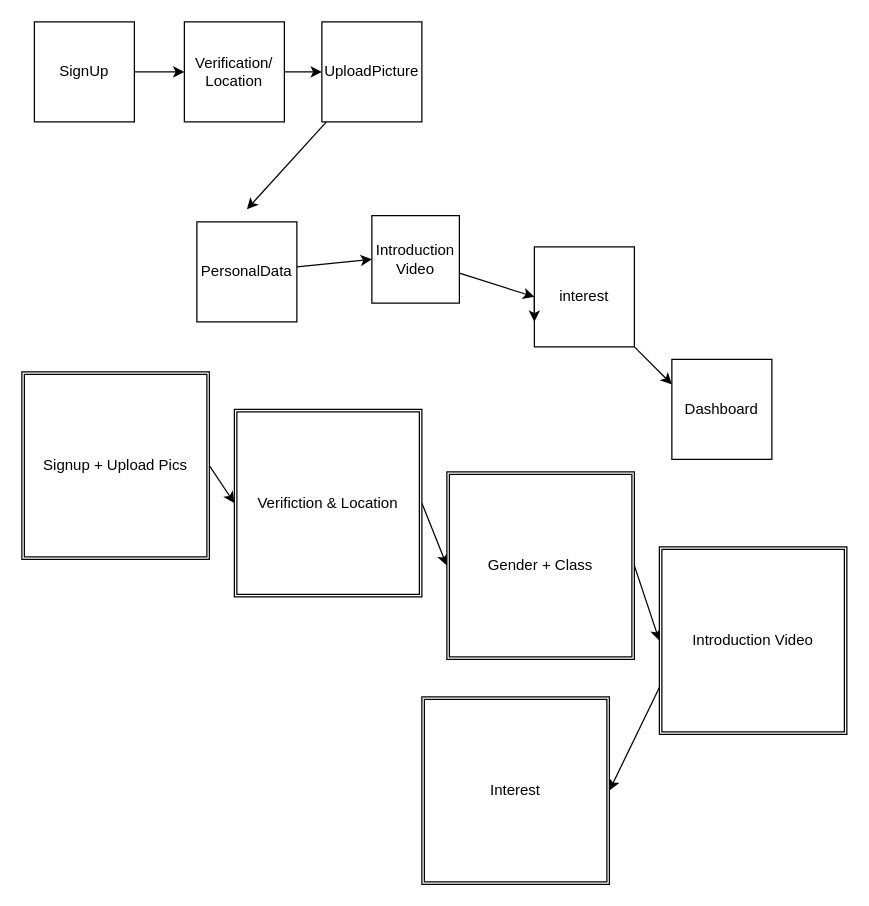
Earlier version of the draw.io diagram lib/blueprint.drawio (Christentimmy/New-LinkPal). Source tidied: cells renumbered, new cells numbered last; positions are measured from the earlier drawing's top-left corner, leaving out a move shared by most shapes. Both pictures are drawn from the tidied source at 125%, with x=0, y=0 at pixel (21, 21).
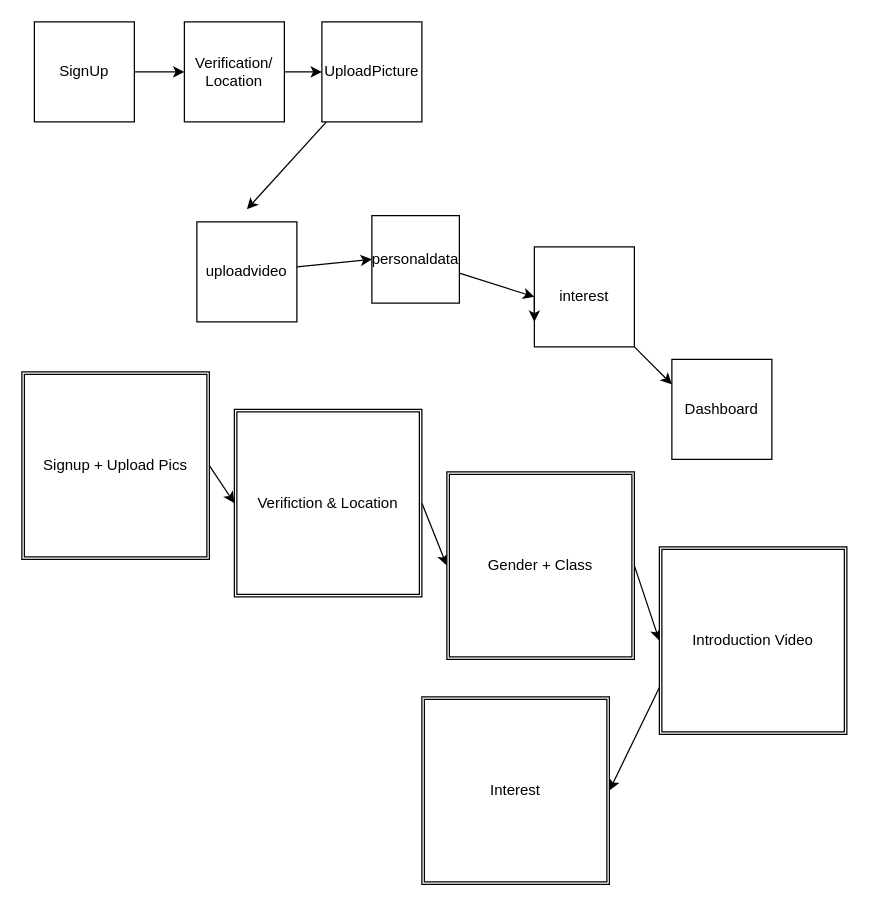
The same diagram, later.

Diff of the diagram source:
```diff
@@
-    <mxCell id="11" value="Introduction Video" style="whiteSpace=wrap;html=1;" parent="1" vertex="1">
+    <mxCell id="11" value="personaldata" style="whiteSpace=wrap;html=1;" parent="1" vertex="1">
       <mxGeometry x="280" y="155" width="70" height="70" as="geometry" />
     </mxCell>
@@
-    <mxCell id="14" value="PersonalData" style="whiteSpace=wrap;html=1;" parent="1" vertex="1">
+    <mxCell id="14" value="uploadvideo" style="whiteSpace=wrap;html=1;" parent="1" vertex="1">
       <mxGeometry x="140" y="160" width="80" height="80" as="geometry" />
     </mxCell>
```
